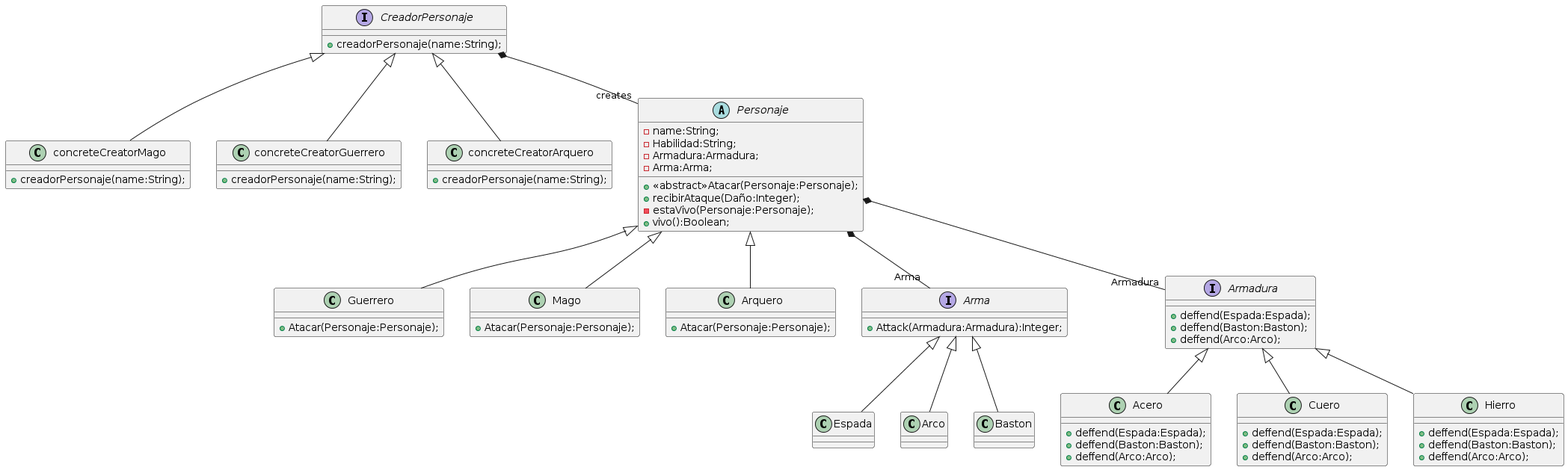
This is uml/JuegoDeRolP19-Final-UML.png from IgnacioMarianoMoscaUNLP/Oriented-Object-Problems, a PlantUML export, as it was before one commit.
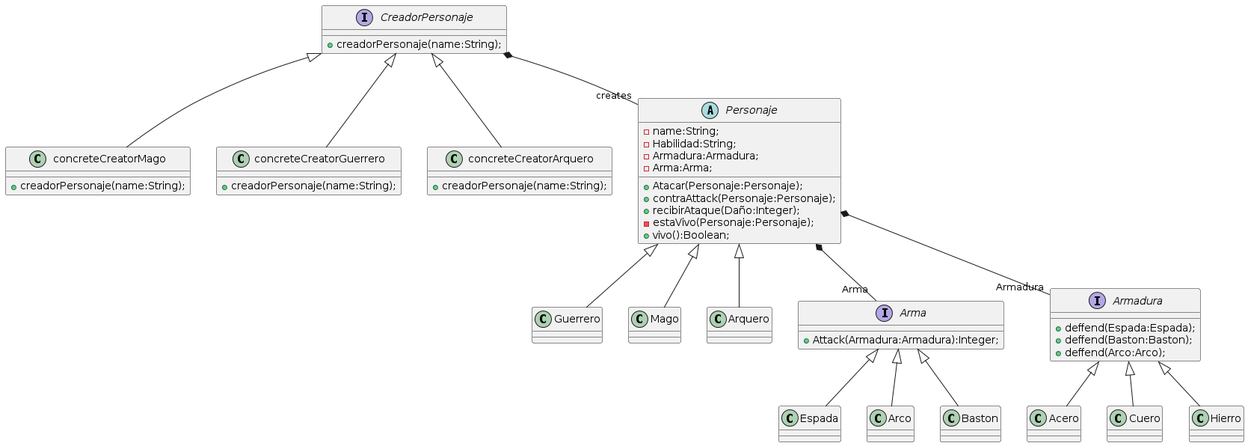
The same file after the commit.

Commit message:
correccion uml p19

Change to the diagram source:
```diff
@@ -20,19 +20,17 @@
 -Arma:Arma;
 
 
-+<<abstract>>Atacar(Personaje:Personaje);
++Atacar(Personaje:Personaje);
++contraAttack(Personaje:Personaje);
 +recibirAtaque(Daño:Integer);
 -estaVivo(Personaje:Personaje);
 +vivo():Boolean;
 }
 class Guerrero{
-+Atacar(Personaje:Personaje);
 }
 class Mago{
-+Atacar(Personaje:Personaje);
 }
 class Arquero{
-+Atacar(Personaje:Personaje);
 }
 Interface Arma{
 +Attack(Armadura:Armadura):Integer;
@@ -54,19 +52,10 @@
 }
 
 class Acero{
-+deffend(Espada:Espada);
-+deffend(Baston:Baston);
-+deffend(Arco:Arco);
 }
 class Cuero{
-+deffend(Espada:Espada);
-+deffend(Baston:Baston);
-+deffend(Arco:Arco);
 }
 class Hierro{
-+deffend(Espada:Espada);
-+deffend(Baston:Baston);
-+deffend(Arco:Arco);
 }
 
 Personaje<|--Guerrero
```
